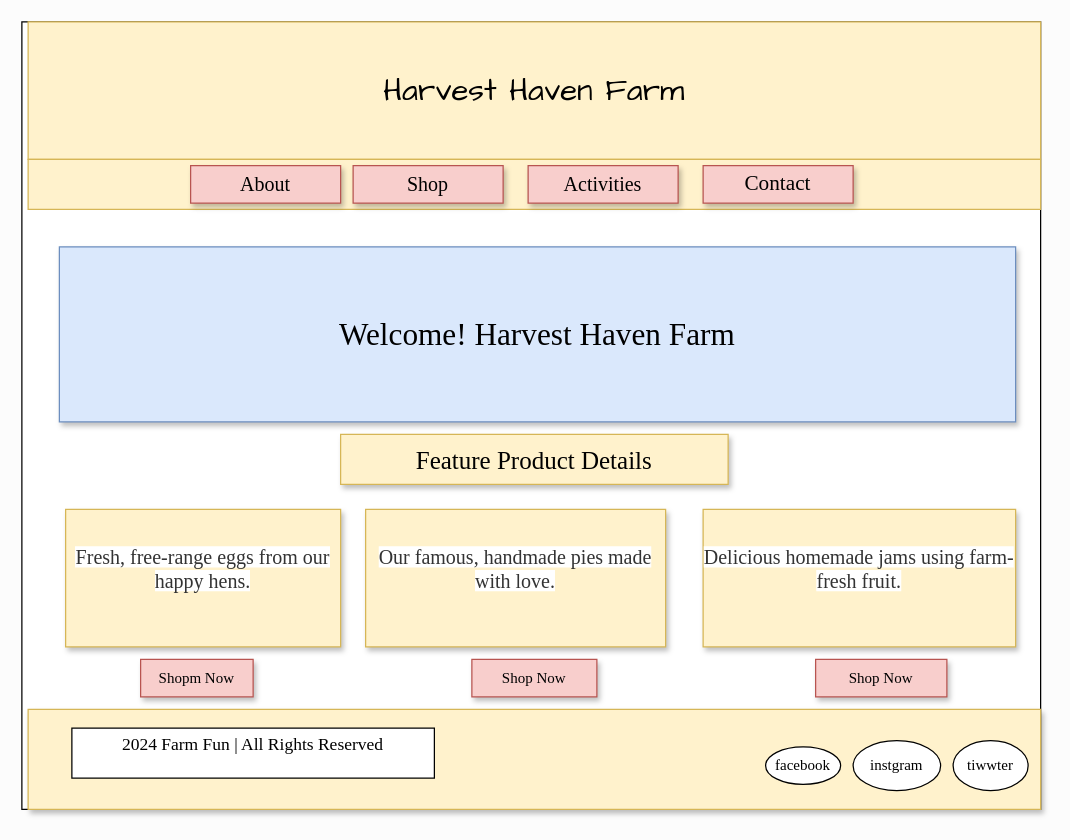
Earlier version of the draw.io diagram page "Home_Page" (1 of 6) of documentation/Haven_harvest_farm.drawio (vijayasharma11/harvest-haven-farm). Source tidied: cells renumbered, new cells numbered last; positions are measured from the earlier drawing's top-left corner, leaving out a move shared by most shapes. Both pictures are drawn from the tidied source at 125%, with x=0, y=0 at pixel (21, 21).
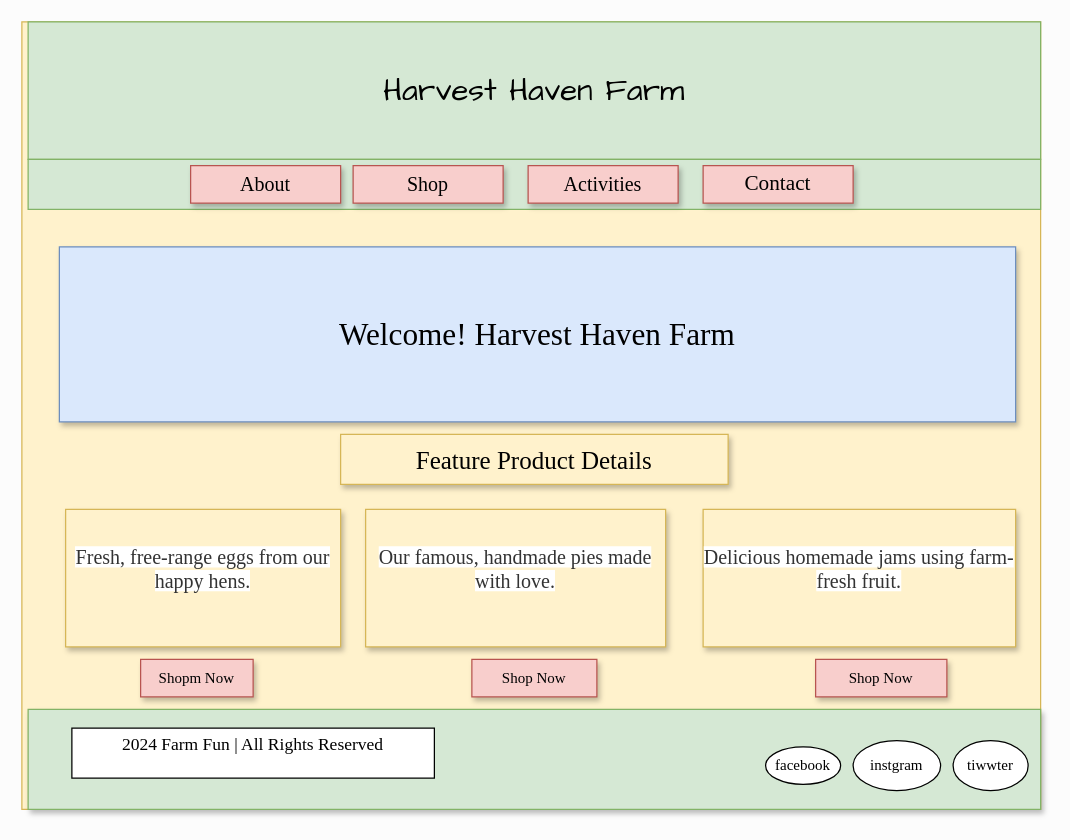
The same diagram, later.

What changed in the source:
```diff
@@
-    <mxCell id="2" style="rounded=0;whiteSpace=wrap;html=1;hachureGap=4;fontFamily=Architects Daughter;labelBackgroundColor=#bbeef2;labelBorderColor=default;textShadow=0;" parent="1" vertex="1">
+    <mxCell id="2" style="rounded=0;whiteSpace=wrap;html=1;hachureGap=4;fontFamily=Architects Daughter;labelBackgroundColor=#bbeef2;labelBorderColor=default;textShadow=0;fillColor=#fff2cc;strokeColor=#d6b656;" parent="1" vertex="1">
       <mxGeometry width="815" height="630" as="geometry" />
     </mxCell>
-    <mxCell id="3" value="&lt;font style=&quot;font-size: 25px;&quot;&gt;Harvest Haven Farm&lt;/font&gt;" style="rounded=0;whiteSpace=wrap;html=1;hachureGap=4;fontFamily=Architects Daughter;fillColor=#fff2cc;strokeColor=#d6b656;" parent="1" vertex="1">
+    <mxCell id="3" value="&lt;font style=&quot;font-size: 25px;&quot;&gt;Harvest Haven Farm&lt;/font&gt;" style="rounded=0;whiteSpace=wrap;html=1;hachureGap=4;fontFamily=Architects Daughter;fillColor=#d5e8d4;strokeColor=#82b366;" parent="1" vertex="1">
       <mxGeometry x="5" width="810" height="110" as="geometry" />
     </mxCell>
-    <mxCell id="4" style="rounded=0;whiteSpace=wrap;html=1;hachureGap=4;fontFamily=Architects Daughter;fillColor=#fff2cc;strokeColor=#d6b656;" parent="1" vertex="1">
+    <mxCell id="4" style="rounded=0;whiteSpace=wrap;html=1;hachureGap=4;fontFamily=Architects Daughter;fillColor=#d5e8d4;strokeColor=#82b366;" parent="1" vertex="1">
       <mxGeometry x="5" y="110" width="810" height="40" as="geometry" />
     </mxCell>
@@
-    <mxCell id="17" style="rounded=0;whiteSpace=wrap;html=1;hachureGap=4;fontFamily=Architects Daughter;fillColor=#fff2cc;strokeColor=#d6b656;shadow=1;" parent="1" vertex="1">
+    <mxCell id="17" style="rounded=0;whiteSpace=wrap;html=1;hachureGap=4;fontFamily=Architects Daughter;fillColor=#d5e8d4;strokeColor=#82b366;shadow=1;" parent="1" vertex="1">
       <mxGeometry x="5" y="550" width="810" height="80" as="geometry" />
     </mxCell>
```
